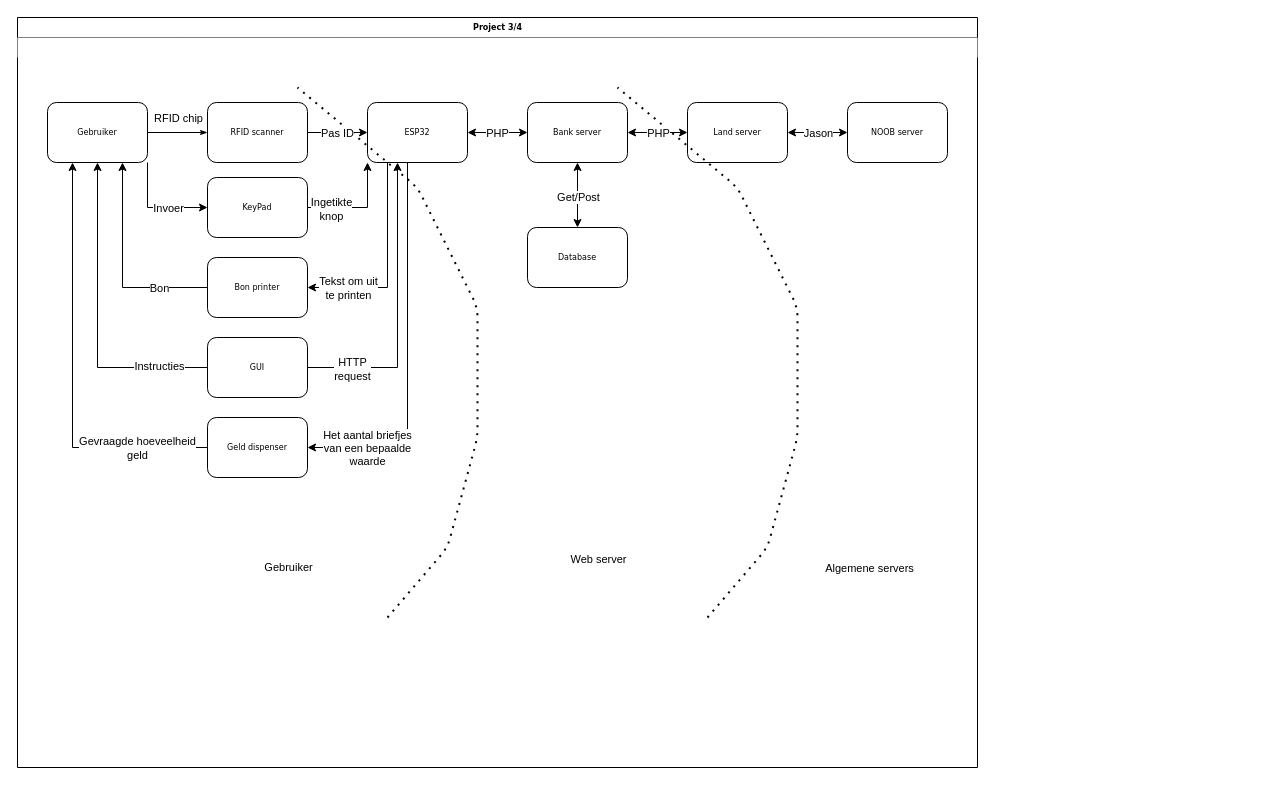
Above: designs/2D/dataFlowDiagram.drawio in Sinjablo/Git-TINPRJ03-34 (draw.io), before the change. Source tidied: cells renumbered, new cells numbered last; positions are measured from the earlier drawing's top-left corner, leaving out a move shared by most shapes. Both pictures are drawn from the tidied source at 100%, with x=0, y=0 at pixel (17, 17).
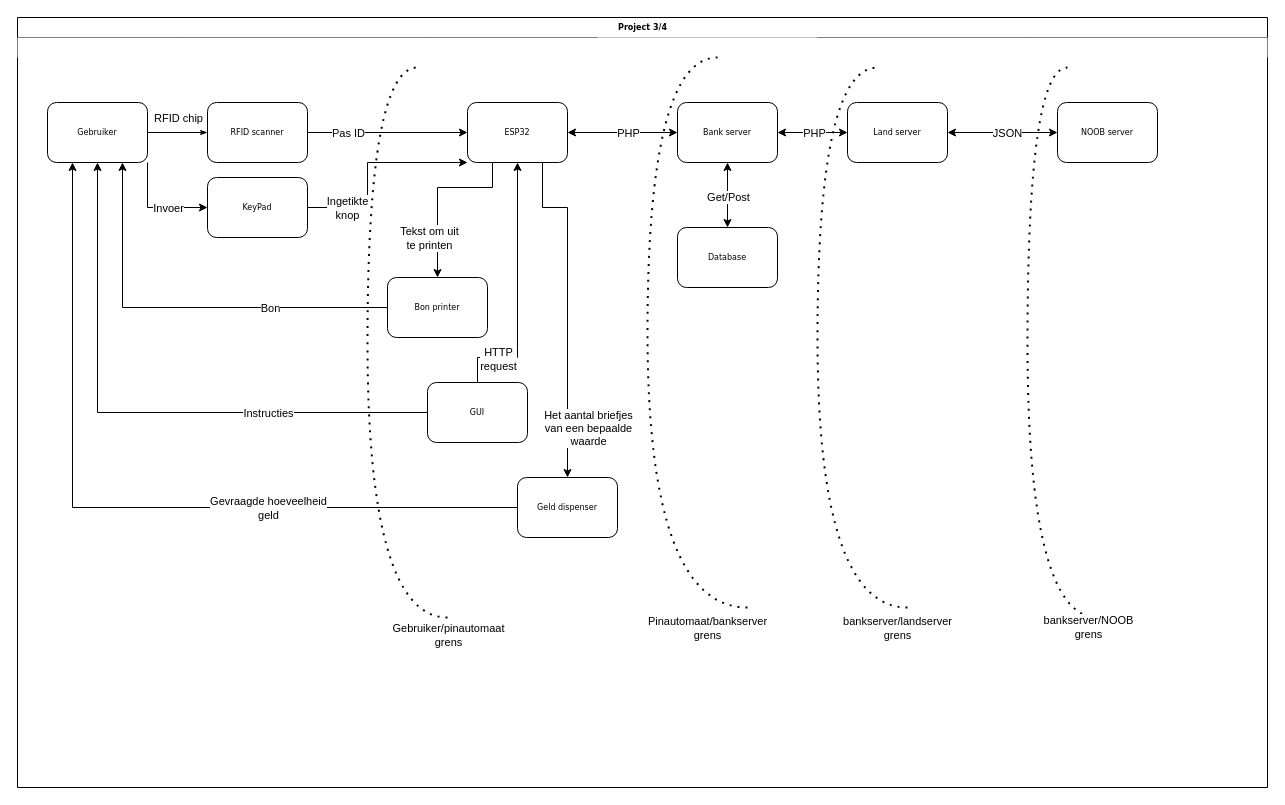
After the change.

Unchanged cells that the change refers to:
```xml
<mxCell id="31" style="edgeStyle=orthogonalEdgeStyle;rounded=0;jettySize=auto;html=1;entryX=0.75;entryY=1;entryDx=0;entryDy=0;" parent="2" edge="1" source="10" target="4">
  <mxGeometry relative="1" as="geometry" />
</mxCell>
<mxCell id="33" style="edgeStyle=orthogonalEdgeStyle;rounded=0;jettySize=auto;html=1;exitX=0;exitY=0.5;exitDx=0;exitDy=0;entryX=0.5;entryY=1;entryDx=0;entryDy=0;" parent="2" edge="1" source="11" target="4">
  <mxGeometry relative="1" as="geometry" />
</mxCell>
<mxCell id="35" style="edgeStyle=orthogonalEdgeStyle;rounded=0;jettySize=auto;html=1;entryX=0.25;entryY=1;entryDx=0;entryDy=0;" parent="2" edge="1" source="12" target="4">
  <mxGeometry relative="1" as="geometry" />
</mxCell>
<mxCell id="37" style="edgeStyle=orthogonalEdgeStyle;rounded=0;jettySize=auto;html=1;exitX=0;exitY=0.5;exitDx=0;exitDy=0;entryX=1;entryY=0.5;entryDx=0;entryDy=0;startArrow=classic;startFill=1;endArrow=none;endFill=0;" parent="2" edge="1" source="14" target="8">
  <mxGeometry relative="1" as="geometry" />
</mxCell>
<mxCell id="39" style="edgeStyle=orthogonalEdgeStyle;rounded=0;jettySize=auto;html=1;exitX=1;exitY=0.5;exitDx=0;exitDy=0;entryX=0;entryY=1;entryDx=0;entryDy=0;startArrow=none;startFill=0;endArrow=classic;endFill=1;" parent="2" edge="1" source="9" target="14">
  <mxGeometry relative="1" as="geometry">
    <Array as="points">
      <mxPoint x="350" y="190" />
    </Array>
  </mxGeometry>
</mxCell>
<mxCell id="51" style="edgeStyle=orthogonalEdgeStyle;rounded=0;jettySize=auto;html=1;entryX=0;entryY=0.5;entryDx=0;entryDy=0;startArrow=classic;startFill=1;" parent="2" edge="1" source="24" target="28">
  <mxGeometry relative="1" as="geometry" />
</mxCell>
```

The edit, as a diff of the source:
```diff
@@
     <mxCell id="2" value="Project 3/4" style="swimlane;html=1;startSize=20;rounded=0;shadow=0;labelBackgroundColor=none;strokeWidth=1;fontFamily=Verdana;fontSize=8;align=center;" parent="1" vertex="1">
-      <mxGeometry width="960" height="750" as="geometry" />
+      <mxGeometry width="1250" height="770" as="geometry" />
     </mxCell>
     <mxCell id="3" style="swimlane;html=1;startSize=20;strokeColor=none;" parent="2" vertex="1">
-      <mxGeometry y="20" width="160" height="730" as="geometry" />
+      <mxGeometry y="20" width="160" height="750" as="geometry" />
     </mxCell>
@@
     <mxCell id="7" style="swimlane;html=1;startSize=20;strokeColor=none;" parent="2" vertex="1">
-      <mxGeometry x="160" y="20" width="160" height="730" as="geometry" />
+      <mxGeometry x="160" y="20" width="250" height="750" as="geometry" />
     </mxCell>
@@
-    <mxCell id="10" value="Bon printer" style="rounded=1;whiteSpace=wrap;html=1;shadow=0;labelBackgroundColor=none;strokeWidth=1;fontFamily=Verdana;fontSize=8;align=center;" parent="7" vertex="1">
-      <mxGeometry x="30" y="220" width="100" height="60" as="geometry" />
-    </mxCell>
-    <mxCell id="11" value="GUI" style="rounded=1;whiteSpace=wrap;html=1;shadow=0;labelBackgroundColor=none;strokeWidth=1;fontFamily=Verdana;fontSize=8;align=center;" parent="7" vertex="1">
-      <mxGeometry x="30" y="300" width="100" height="60" as="geometry" />
-    </mxCell>
-    <mxCell id="12" value="Geld dispenser" style="rounded=1;whiteSpace=wrap;html=1;shadow=0;labelBackgroundColor=none;strokeWidth=1;fontFamily=Verdana;fontSize=8;align=center;" parent="7" vertex="1">
-      <mxGeometry x="30" y="380" width="100" height="60" as="geometry" />
-    </mxCell>
+    <mxCell id="15" style="endArrow=none;dashed=1;html=1;dashPattern=1 3;strokeWidth=2;edgeStyle=orthogonalEdgeStyle;curved=1;" parent="7" edge="1">
+      <mxGeometry relative="1" as="geometry">
+        <mxPoint x="270" y="580" as="sourcePoint" />
+        <mxPoint x="240" y="30" as="targetPoint" />
+        <Array as="points">
+          <mxPoint x="190" y="580" />
+          <mxPoint x="190" y="30" />
+        </Array>
+      </mxGeometry>
+    </mxCell>
+    <mxCell id="16" value="Gebruiker/pinautomaat&lt;br&gt;grens" style="edgeLabel;html=1;align=center;verticalAlign=middle;" parent="15" vertex="1">
+      <mxGeometry x="-0.03" y="1" relative="1" as="geometry">
+        <mxPoint x="81" y="267" as="offset" />
+      </mxGeometry>
+    </mxCell>
-    <mxCell id="13" style="swimlane;html=1;startSize=20;strokeColor=none;" parent="2" vertex="1">
-      <mxGeometry x="320" y="20" width="160" height="730" as="geometry" />
+    <mxCell id="13" style="swimlane;html=1;startSize=20;strokeColor=none;rounded=0;" parent="2" vertex="1">
+      <mxGeometry x="410" y="20" width="220" height="750" as="geometry" />
     </mxCell>
     <mxCell id="14" value="ESP32" style="rounded=1;whiteSpace=wrap;html=1;shadow=0;labelBackgroundColor=none;strokeWidth=1;fontFamily=Verdana;fontSize=8;align=center;" parent="13" vertex="1">
-      <mxGeometry x="30" y="65" width="100" height="60" as="geometry" />
+      <mxGeometry x="40" y="65" width="100" height="60" as="geometry" />
     </mxCell>
-    <mxCell id="15" style="endArrow=none;dashed=1;html=1;dashPattern=1 3;strokeWidth=2;" parent="13" edge="1">
-      <mxGeometry relative="1" as="geometry">
-        <mxPoint x="50" y="580" as="sourcePoint" />
-        <mxPoint x="-40" y="50" as="targetPoint" />
-        <Array as="points">
-          <mxPoint x="110" y="510" />
-          <mxPoint x="140" y="400" />
-          <mxPoint x="140" y="270" />
-          <mxPoint x="80" y="150" />
-        </Array>
-      </mxGeometry>
-    </mxCell>
-    <mxCell id="16" value="Gebruiker" style="edgeLabel;html=1;align=center;verticalAlign=middle;" parent="15" vertex="1">
-      <mxGeometry x="-0.03" y="1" relative="1" as="geometry">
-        <mxPoint x="-189" y="227" as="offset" />
-      </mxGeometry>
-    </mxCell>
-    <mxCell id="17" value="Web server" style="edgeLabel;html=1;align=center;verticalAlign=middle;" parent="15" vertex="1">
-      <mxGeometry x="-0.75" y="-1" relative="1" as="geometry">
-        <mxPoint x="159" as="offset" />
-      </mxGeometry>
-    </mxCell>
+    <mxCell id="12" value="Geld dispenser" style="rounded=1;whiteSpace=wrap;html=1;shadow=0;labelBackgroundColor=none;strokeWidth=1;fontFamily=Verdana;fontSize=8;align=center;" parent="13" vertex="1">
+      <mxGeometry x="90" y="440" width="100" height="60" as="geometry" />
+    </mxCell>
+    <mxCell id="45" style="edgeStyle=orthogonalEdgeStyle;rounded=0;jettySize=auto;html=1;startArrow=none;startFill=0;endArrow=classic;endFill=1;exitX=0.75;exitY=1;exitDx=0;exitDy=0;entryX=0.5;entryY=0;entryDx=0;entryDy=0;" parent="13" edge="1" source="14" target="12">
+      <mxGeometry relative="1" as="geometry">
+        <Array as="points">
+          <mxPoint x="115" y="170" />
+          <mxPoint x="140" y="170" />
+        </Array>
+      </mxGeometry>
+    </mxCell>
+    <mxCell id="46" value="Het aantal briefjes&lt;br&gt;van een bepaalde&lt;br&gt;waarde" style="edgeLabel;html=1;align=center;verticalAlign=middle;" parent="45" vertex="1">
+      <mxGeometry x="0.73" y="3" relative="1" as="geometry">
+        <mxPoint x="17" y="-4" as="offset" />
+      </mxGeometry>
+    </mxCell>
+    <mxCell id="11" value="GUI" style="rounded=1;whiteSpace=wrap;html=1;shadow=0;labelBackgroundColor=none;strokeWidth=1;fontFamily=Verdana;fontSize=8;align=center;" parent="13" vertex="1">
+      <mxGeometry y="345" width="100" height="60" as="geometry" />
+    </mxCell>
+    <mxCell id="43" style="edgeStyle=orthogonalEdgeStyle;rounded=0;jettySize=auto;html=1;entryX=0.5;entryY=0;entryDx=0;entryDy=0;startArrow=classic;startFill=1;endArrow=none;endFill=0;exitX=0.5;exitY=1;exitDx=0;exitDy=0;" parent="13" edge="1" source="14" target="11">
+      <mxGeometry relative="1" as="geometry">
+        <Array as="points">
+          <mxPoint x="90" y="320" />
+          <mxPoint x="50" y="320" />
+        </Array>
+      </mxGeometry>
+    </mxCell>
+    <mxCell id="44" value="HTTP&lt;br&gt;request" style="edgeLabel;html=1;align=center;verticalAlign=middle;" parent="43" vertex="1">
+      <mxGeometry x="0.7" y="1" relative="1" as="geometry">
+        <mxPoint x="6" as="offset" />
+      </mxGeometry>
+    </mxCell>
+    <mxCell id="10" value="Bon printer" style="rounded=1;whiteSpace=wrap;html=1;shadow=0;labelBackgroundColor=none;strokeWidth=1;fontFamily=Verdana;fontSize=8;align=center;" parent="13" vertex="1">
+      <mxGeometry x="-40" y="240" width="100" height="60" as="geometry" />
+    </mxCell>
+    <mxCell id="41" style="edgeStyle=orthogonalEdgeStyle;rounded=0;jettySize=auto;html=1;exitX=0.25;exitY=1;exitDx=0;exitDy=0;entryX=0.5;entryY=0;entryDx=0;entryDy=0;startArrow=none;startFill=0;endArrow=classic;endFill=1;" parent="13" edge="1" source="14" target="10">
+      <mxGeometry relative="1" as="geometry">
+        <Array as="points">
+          <mxPoint x="65" y="150" />
+          <mxPoint x="10" y="150" />
+        </Array>
+      </mxGeometry>
+    </mxCell>
+    <mxCell id="42" value="Tekst om uit&lt;br&gt;te printen" style="edgeLabel;html=1;align=center;verticalAlign=middle;" parent="41" vertex="1">
+      <mxGeometry x="0.53" relative="1" as="geometry">
+        <mxPoint x="-9" as="offset" />
+      </mxGeometry>
+    </mxCell>
     <mxCell id="18" style="swimlane;html=1;startSize=20;strokeColor=none;" parent="2" vertex="1">
-      <mxGeometry x="480" y="20" width="160" height="730" as="geometry" />
+      <mxGeometry x="630" y="20" width="170" height="750" as="geometry" />
     </mxCell>
@@
+    <mxCell id="53" style="swimlane;html=1;startSize=20;strokeColor=none;" parent="18" vertex="1">
+      <mxGeometry x="-50" width="220" height="730" as="geometry" />
+    </mxCell>
+    <mxCell id="54" style="endArrow=none;dashed=1;html=1;dashPattern=1 3;strokeWidth=2;edgeStyle=orthogonalEdgeStyle;curved=1;" parent="53" edge="1">
+      <mxGeometry relative="1" as="geometry">
+        <mxPoint x="150" y="570" as="sourcePoint" />
+        <mxPoint x="120" y="20" as="targetPoint" />
+        <Array as="points">
+          <mxPoint x="50" y="570" />
+          <mxPoint x="50" y="20" />
+        </Array>
+      </mxGeometry>
+    </mxCell>
+    <mxCell id="55" value="Pinautomaat/bankserver&lt;br&gt;grens" style="edgeLabel;html=1;align=center;verticalAlign=middle;" parent="54" vertex="1">
+      <mxGeometry x="-0.75" y="-1" relative="1" as="geometry">
+        <mxPoint x="49" y="21" as="offset" />
+      </mxGeometry>
+    </mxCell>
     <mxCell id="23" style="swimlane;html=1;startSize=20;strokeColor=none;" parent="2" vertex="1">
-      <mxGeometry x="640" y="20" width="160" height="730" as="geometry" />
+      <mxGeometry x="800" y="20" width="210" height="750" as="geometry" />
     </mxCell>
@@
-    <mxCell id="25" style="endArrow=none;dashed=1;html=1;dashPattern=1 3;strokeWidth=2;" parent="23" edge="1">
-      <mxGeometry relative="1" as="geometry">
-        <mxPoint x="50" y="580" as="sourcePoint" />
-        <mxPoint x="-40" y="50" as="targetPoint" />
-        <Array as="points">
-          <mxPoint x="110" y="510" />
-          <mxPoint x="140" y="400" />
-          <mxPoint x="140" y="270" />
-          <mxPoint x="80" y="150" />
-        </Array>
-      </mxGeometry>
-    </mxCell>
-    <mxCell id="26" value="Algemene servers" style="edgeLabel;html=1;align=center;verticalAlign=middle;" parent="25" vertex="1">
-      <mxGeometry x="-0.79" y="-1" relative="1" as="geometry">
-        <mxPoint x="118" as="offset" />
-      </mxGeometry>
-    </mxCell>
-    <mxCell id="27" style="swimlane;html=1;startSize=20;strokeColor=none;" parent="2" vertex="1">
-      <mxGeometry x="800" y="20" width="160" height="730" as="geometry" />
-    </mxCell>
-    <mxCell id="28" value="NOOB server" style="rounded=1;whiteSpace=wrap;html=1;shadow=0;labelBackgroundColor=none;strokeWidth=1;fontFamily=Verdana;fontSize=8;align=center;" parent="27" vertex="1">
-      <mxGeometry x="30" y="65" width="100" height="60" as="geometry" />
-    </mxCell>
+    <mxCell id="56" style="endArrow=none;dashed=1;html=1;dashPattern=1 3;strokeWidth=2;edgeStyle=orthogonalEdgeStyle;curved=1;" parent="23" edge="1">
+      <mxGeometry relative="1" as="geometry">
+        <mxPoint x="90" y="570" as="sourcePoint" />
+        <mxPoint x="60" y="30" as="targetPoint" />
+        <Array as="points">
+          <mxPoint y="570" />
+          <mxPoint y="30" />
+        </Array>
+      </mxGeometry>
+    </mxCell>
+    <mxCell id="57" value="bankserver/landserver&lt;br&gt;grens" style="edgeLabel;html=1;align=center;verticalAlign=middle;" parent="56" vertex="1">
+      <mxGeometry x="-0.75" y="-1" relative="1" as="geometry">
+        <mxPoint x="75" y="21" as="offset" />
+      </mxGeometry>
+    </mxCell>
+    <mxCell id="58" style="endArrow=none;dashed=1;html=1;dashPattern=1 3;strokeWidth=2;edgeStyle=orthogonalEdgeStyle;curved=1;" parent="23" edge="1">
+      <mxGeometry relative="1" as="geometry">
+        <mxPoint x="280" y="580" as="sourcePoint" />
+        <mxPoint x="250" y="30" as="targetPoint" />
+        <Array as="points">
+          <mxPoint x="210" y="580" />
+          <mxPoint x="210" y="30" />
+        </Array>
+      </mxGeometry>
+    </mxCell>
+    <mxCell id="59" value="bankserver/NOOB&lt;br&gt;grens" style="edgeLabel;html=1;align=center;verticalAlign=middle;" parent="58" vertex="1">
+      <mxGeometry x="-0.75" y="-1" relative="1" as="geometry">
+        <mxPoint x="59" y="22" as="offset" />
+      </mxGeometry>
+    </mxCell>
@@
     <mxCell id="32" value="Bon" style="edgeLabel;html=1;align=center;verticalAlign=middle;" parent="31" vertex="1">
-      <mxGeometry x="-0.53" relative="1" as="geometry" />
+      <mxGeometry x="-0.53" relative="1" as="geometry">
+        <mxPoint x="-22" as="offset" />
+      </mxGeometry>
     </mxCell>
@@
     <mxCell id="34" value="Instructies" style="edgeLabel;html=1;align=center;verticalAlign=middle;" parent="33" vertex="1">
-      <mxGeometry x="-0.69" y="-2" relative="1" as="geometry" />
+      <mxGeometry x="-0.69" y="-2" relative="1" as="geometry">
+        <mxPoint x="-70" y="2" as="offset" />
+      </mxGeometry>
     </mxCell>
@@
     <mxCell id="36" value="Gevraagde hoeveelheid&lt;br&gt;geld" style="edgeLabel;html=1;align=center;verticalAlign=middle;" parent="35" vertex="1">
       <mxGeometry x="-0.64" relative="1" as="geometry">
-        <mxPoint x="5" as="offset" />
+        <mxPoint x="-108" as="offset" />
       </mxGeometry>
     </mxCell>
@@
     <mxCell id="38" value="Pas ID" style="edgeLabel;html=1;align=center;verticalAlign=middle;" parent="37" vertex="1">
       <mxGeometry x="-0.25" relative="1" as="geometry">
-        <mxPoint x="-8" as="offset" />
+        <mxPoint x="-60" as="offset" />
       </mxGeometry>
     </mxCell>
@@
     <mxCell id="40" value="Ingetikte&lt;br&gt;knop" style="edgeLabel;html=1;align=center;verticalAlign=middle;" parent="39" vertex="1">
-      <mxGeometry x="-0.56" y="-1" relative="1" as="geometry" />
+      <mxGeometry x="-0.56" y="-1" relative="1" as="geometry">
+        <mxPoint x="-6" y="-1" as="offset" />
+      </mxGeometry>
     </mxCell>
-    <mxCell id="41" style="edgeStyle=orthogonalEdgeStyle;rounded=0;jettySize=auto;html=1;exitX=0.25;exitY=1;exitDx=0;exitDy=0;entryX=1;entryY=0.5;entryDx=0;entryDy=0;startArrow=none;startFill=0;endArrow=classic;endFill=1;" parent="2" edge="1" source="14" target="10">
-      <mxGeometry relative="1" as="geometry">
-        <Array as="points">
-          <mxPoint x="370" y="145" />
-          <mxPoint x="370" y="270" />
-        </Array>
-      </mxGeometry>
-    </mxCell>
-    <mxCell id="42" value="Tekst om uit&lt;br&gt;te printen" style="edgeLabel;html=1;align=center;verticalAlign=middle;" parent="41" vertex="1">
-      <mxGeometry x="0.53" relative="1" as="geometry">
-        <mxPoint x="-9" as="offset" />
-      </mxGeometry>
-    </mxCell>
-    <mxCell id="43" style="edgeStyle=orthogonalEdgeStyle;rounded=0;jettySize=auto;html=1;entryX=1;entryY=0.5;entryDx=0;entryDy=0;startArrow=classic;startFill=1;endArrow=none;endFill=0;" parent="2" edge="1" source="14" target="11">
-      <mxGeometry relative="1" as="geometry">
-        <Array as="points">
-          <mxPoint x="380" y="350" />
-        </Array>
-      </mxGeometry>
-    </mxCell>
-    <mxCell id="44" value="HTTP&lt;br&gt;request" style="edgeLabel;html=1;align=center;verticalAlign=middle;" parent="43" vertex="1">
-      <mxGeometry x="0.7" y="1" relative="1" as="geometry" />
-    </mxCell>
-    <mxCell id="45" style="edgeStyle=orthogonalEdgeStyle;rounded=0;jettySize=auto;html=1;exitX=0.5;exitY=1;exitDx=0;exitDy=0;entryX=1;entryY=0.5;entryDx=0;entryDy=0;startArrow=none;startFill=0;endArrow=classic;endFill=1;" parent="2" edge="1" source="14" target="12">
-      <mxGeometry relative="1" as="geometry">
-        <Array as="points">
-          <mxPoint x="390" y="145" />
-          <mxPoint x="390" y="430" />
-        </Array>
-      </mxGeometry>
-    </mxCell>
-    <mxCell id="46" value="Het aantal briefjes&lt;br&gt;van een bepaalde&lt;br&gt;waarde" style="edgeLabel;html=1;align=center;verticalAlign=middle;" parent="45" vertex="1">
-      <mxGeometry x="0.73" y="3" relative="1" as="geometry">
-        <mxPoint x="6" y="-3" as="offset" />
-      </mxGeometry>
-    </mxCell>
@@
-    <mxCell id="52" value="Jason" style="edgeLabel;html=1;align=center;verticalAlign=middle;" parent="51" vertex="1">
+    <mxCell id="52" value="JSON" style="edgeLabel;html=1;align=center;verticalAlign=middle;" parent="51" vertex="1">
       <mxGeometry x="0.19" y="-1" relative="1" as="geometry">
         <mxPoint x="-6" y="-1" as="offset" />
       </mxGeometry>
     </mxCell>
-    <mxCell id="53" style="swimlane;html=1;startSize=20;strokeColor=none;" parent="1" vertex="1">
-      <mxGeometry x="490" y="30" width="160" height="730" as="geometry" />
-    </mxCell>
+    <mxCell id="27" style="swimlane;html=1;startSize=20;strokeColor=none;" parent="2" vertex="1">
+      <mxGeometry x="1010" y="20" width="240" height="750" as="geometry" />
+    </mxCell>
+    <mxCell id="28" value="NOOB server" style="rounded=1;whiteSpace=wrap;html=1;shadow=0;labelBackgroundColor=none;strokeWidth=1;fontFamily=Verdana;fontSize=8;align=center;" parent="27" vertex="1">
+      <mxGeometry x="30" y="65" width="100" height="60" as="geometry" />
+    </mxCell>
```
